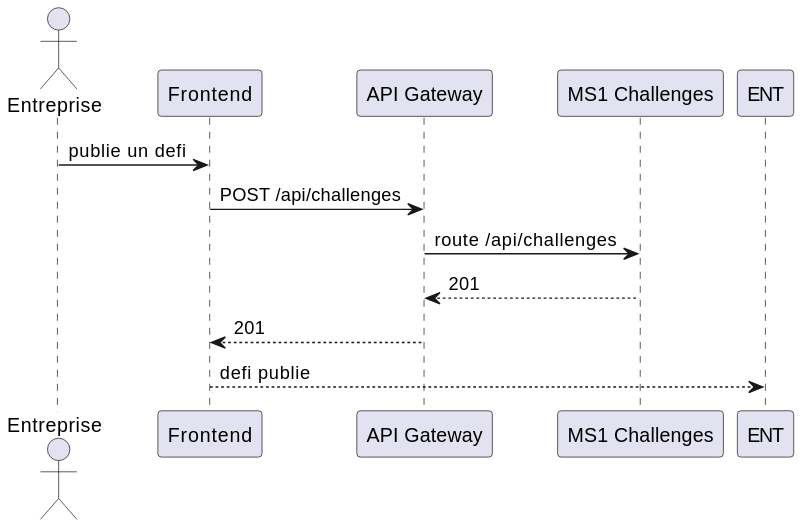
Above: docs/Diagrams/Challenges/ms1-challenges-sequence.svg in reemslama/mini-projet-web (PlantUML), before the change.
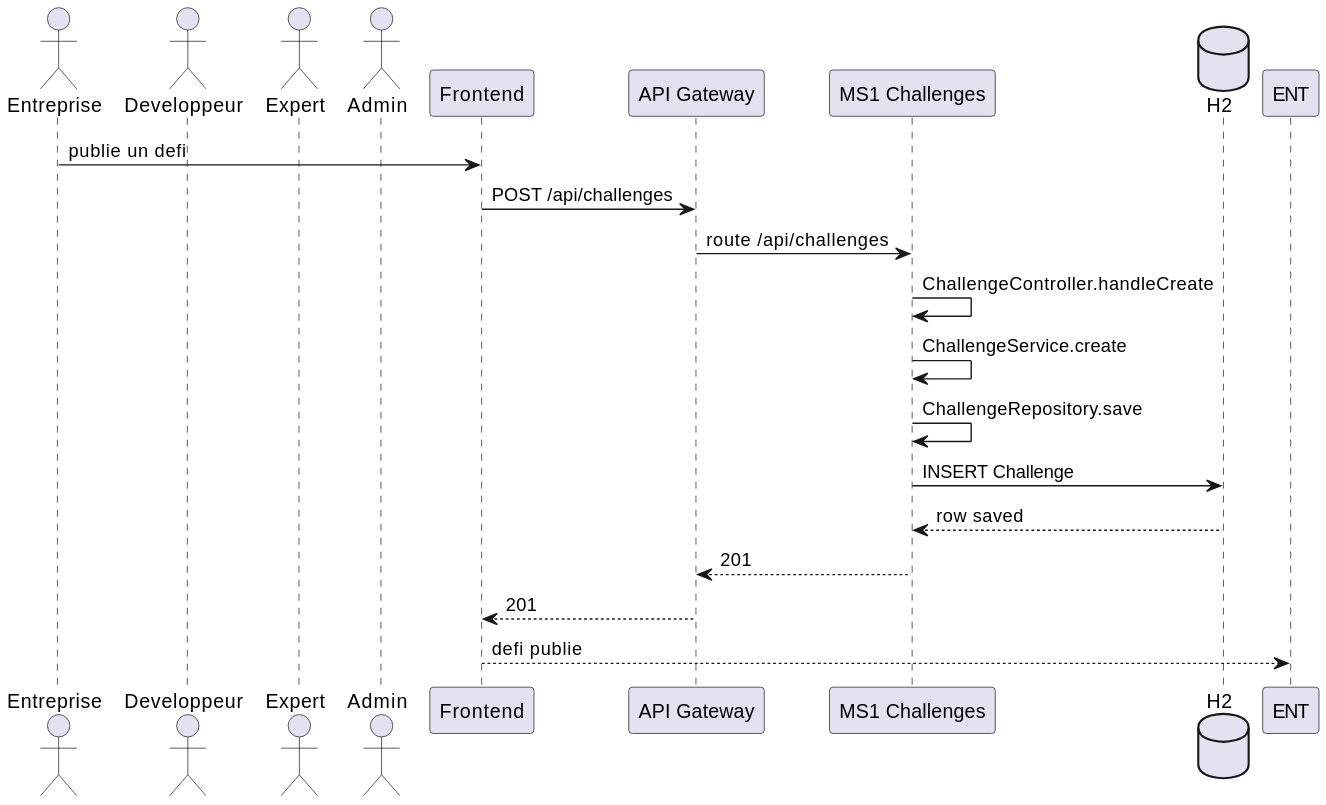
Later version of the same file.

Diff of the diagram source:
```diff
@@ -1,12 +1,23 @@
 @startuml
+skinparam backgroundColor #FFFFFF
 actor Entreprise
+actor Developpeur
+actor Expert
+actor Admin
+
 participant "Frontend" as FE
 participant "API Gateway" as GW
 participant "MS1 Challenges" as MS1
+database "H2" as DB
 
 Entreprise -> FE : publie un defi
 FE -> GW : POST /api/challenges
 GW -> MS1 : route /api/challenges
+MS1 -> MS1 : ChallengeController.handleCreate
+MS1 -> MS1 : ChallengeService.create
+MS1 -> MS1 : ChallengeRepository.save
+MS1 -> DB : INSERT Challenge
+DB --> MS1 : row saved
 MS1 --> GW : 201
 GW --> FE : 201
 FE --> ENT : defi publie
```
